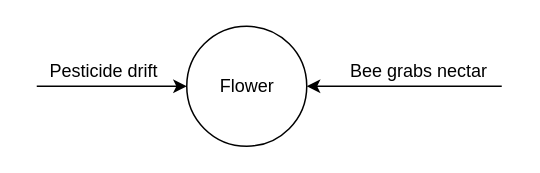
The draw.io diagram Finite State Machines/Flower FSM.drawio in benwingerter/bee-simulation, before the edit. Source tidied: cells renumbered, new cells numbered last; positions are measured from the earlier drawing's top-left corner, leaving out a move shared by most shapes. Both pictures are drawn from the tidied source at 150%, with x=0, y=0 at pixel (36, 26).
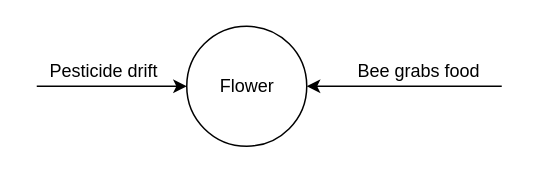
The same page after the edit.

The edit, as a diff of the source:
```diff
@@
 <mxGraphModel>
   <root>
     <mxCell id="0" />
     <mxCell id="1" parent="0" />
     <mxCell id="2" style="group;" parent="1" vertex="1">
       <mxGeometry x="100" width="90" height="80" as="geometry" />
     </mxCell>
     <mxCell id="3" style="ellipse;whiteSpace=wrap;html=1;" parent="2" vertex="1">
       <mxGeometry width="80" height="80" as="geometry" />
     </mxCell>
     <mxCell id="4" value="&lt;div&gt;Flower&lt;/div&gt;" style="text;html=1;align=center;verticalAlign=middle;fillColor=none;strokeColor=none;rounded=0;" parent="2" vertex="1">
       <mxGeometry x="15" y="30" width="50" height="20" as="geometry" />
     </mxCell>
     <mxCell id="5" value="Pesticide drift" style="text;html=1;strokeColor=none;fillColor=none;align=center;verticalAlign=middle;whiteSpace=wrap;rounded=0;" parent="1" vertex="1">
       <mxGeometry x="5" y="20" width="80" height="20" as="geometry" />
     </mxCell>
     <mxCell id="6" style="endArrow=classic;html=1;rounded=0;entryX=0;entryY=0.5;entryDx=0;entryDy=0;" parent="1" edge="1" target="3">
       <mxGeometry relative="1" as="geometry">
         <mxPoint y="40" as="sourcePoint" />
       </mxGeometry>
     </mxCell>
     <mxCell id="7" style="endArrow=classic;html=1;rounded=0;entryX=1;entryY=0.5;entryDx=0;entryDy=0;exitX=1;exitY=1;exitDx=0;exitDy=0;" parent="1" edge="1" source="8" target="3">
       <mxGeometry relative="1" as="geometry" />
     </mxCell>
-    <mxCell id="8" value="Bee grabs nectar" style="text;html=1;strokeColor=none;fillColor=none;align=center;verticalAlign=middle;whiteSpace=wrap;rounded=0;" parent="1" vertex="1">
+    <mxCell id="8" value="Bee grabs food" style="text;html=1;strokeColor=none;fillColor=none;align=center;verticalAlign=middle;whiteSpace=wrap;rounded=0;" parent="1" vertex="1">
       <mxGeometry x="200" y="20" width="110" height="20" as="geometry" />
     </mxCell>
   </root>
 </mxGraphModel>
```
